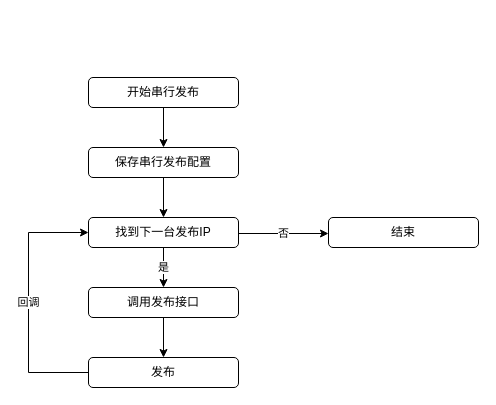
Above: 曹操/原有串行发布逻辑.drawio in Makecodeeasy/diagrams (draw.io), before the change. Source tidied: cells renumbered, new cells numbered last; positions are measured from the earlier drawing's top-left corner, leaving out a move shared by most shapes. Both pictures are drawn from the tidied source at 100%, with x=0, y=0 at pixel (28, 77).
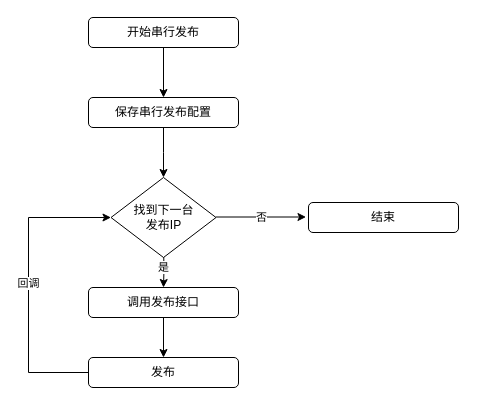
Above is the later version.

Commit message:
更新原有串行发布逻辑.drawio

What changed in the source:
```diff
@@
 <mxGraphModel>
   <root>
     <mxCell id="0" />
     <mxCell id="1" parent="0" />
     <mxCell id="2" style="edgeStyle=orthogonalEdgeStyle;rounded=0;jettySize=auto;html=1;exitX=0.5;exitY=1;exitDx=0;exitDy=0;entryX=0.5;entryY=0;entryDx=0;entryDy=0;" parent="1" edge="1" source="3" target="5">
       <mxGeometry relative="1" as="geometry" />
     </mxCell>
     <mxCell id="3" value="开始串行发布" style="rounded=1;whiteSpace=wrap;html=1;" parent="1" vertex="1">
-      <mxGeometry x="60" width="150" height="30" as="geometry" />
+      <mxGeometry x="60" y="-60" width="150" height="30" as="geometry" />
     </mxCell>
-    <mxCell id="4" style="edgeStyle=orthogonalEdgeStyle;rounded=0;jettySize=auto;html=1;exitX=0.5;exitY=1;exitDx=0;exitDy=0;entryX=0.5;entryY=0;entryDx=0;entryDy=0;" parent="1" edge="1" source="5" target="8">
-      <mxGeometry relative="1" as="geometry" />
+    <mxCell id="4" style="edgeStyle=orthogonalEdgeStyle;rounded=0;jettySize=auto;html=1;exitX=0.5;exitY=1;exitDx=0;exitDy=0;" parent="1" edge="1" source="5">
+      <mxGeometry relative="1" as="geometry">
+        <mxPoint x="135" y="100" as="targetPoint" />
+      </mxGeometry>
     </mxCell>
     <mxCell id="5" value="保存串行发布配置" style="rounded=1;whiteSpace=wrap;html=1;" parent="1" vertex="1">
-      <mxGeometry x="60" y="70" width="150" height="30" as="geometry" />
+      <mxGeometry x="60" y="20" width="150" height="30" as="geometry" />
     </mxCell>
-    <mxCell id="6" value="是" style="edgeStyle=orthogonalEdgeStyle;rounded=0;jettySize=auto;html=1;exitX=0.5;exitY=1;exitDx=0;exitDy=0;entryX=0.5;entryY=0;entryDx=0;entryDy=0;" parent="1" edge="1" source="8" target="10">
-      <mxGeometry relative="1" as="geometry" />
+    <mxCell id="6" value="是" style="edgeStyle=orthogonalEdgeStyle;rounded=0;jettySize=auto;html=1;exitX=0.5;exitY=1;exitDx=0;exitDy=0;entryX=0.5;entryY=0;entryDx=0;entryDy=0;" parent="1" edge="1" target="10">
+      <mxGeometry relative="1" as="geometry">
+        <mxPoint x="135" y="170" as="sourcePoint" />
+      </mxGeometry>
     </mxCell>
     <mxCell id="7" value="否" style="edgeStyle=orthogonalEdgeStyle;rounded=0;orthogonalLoop=1;jettySize=auto;html=1;exitX=1;exitY=0.5;exitDx=0;exitDy=0;" parent="1" edge="1">
       <mxGeometry relative="1" as="geometry">
-        <mxPoint x="210" y="156" as="sourcePoint" />
-        <mxPoint x="300" y="156" as="targetPoint" />
+        <mxPoint x="187.5" y="139.5" as="sourcePoint" />
+        <mxPoint x="277.5" y="139.5" as="targetPoint" />
         <Array as="points">
-          <mxPoint x="250" y="156" />
-          <mxPoint x="250" y="156" />
+          <mxPoint x="227.5" y="139.5" />
+          <mxPoint x="227.5" y="139.5" />
         </Array>
       </mxGeometry>
     </mxCell>
-    <mxCell id="8" value="找到下一台发布IP" style="rounded=1;whiteSpace=wrap;html=1;" parent="1" vertex="1">
-      <mxGeometry x="60" y="140" width="150" height="30" as="geometry" />
-    </mxCell>
     <mxCell id="9" style="edgeStyle=orthogonalEdgeStyle;rounded=0;jettySize=auto;html=1;exitX=0.5;exitY=1;exitDx=0;exitDy=0;entryX=0.5;entryY=0;entryDx=0;entryDy=0;" parent="1" edge="1" source="10" target="12">
       <mxGeometry relative="1" as="geometry" />
     </mxCell>
     <mxCell id="10" value="调用发布接口" style="rounded=1;whiteSpace=wrap;html=1;" parent="1" vertex="1">
       <mxGeometry x="60" y="210" width="150" height="30" as="geometry" />
     </mxCell>
-    <mxCell id="11" value="回调" style="edgeStyle=orthogonalEdgeStyle;rounded=0;jettySize=auto;html=1;exitX=0;exitY=0.5;exitDx=0;exitDy=0;entryX=0;entryY=0.5;entryDx=0;entryDy=0;" parent="1" edge="1" source="12" target="8">
+    <mxCell id="11" value="回调" style="edgeStyle=orthogonalEdgeStyle;rounded=0;jettySize=auto;html=1;exitX=0;exitY=0.5;exitDx=0;exitDy=0;entryX=0;entryY=0.5;entryDx=0;entryDy=0;" parent="1" edge="1" source="12" target="14">
       <mxGeometry relative="1" as="geometry">
         <Array as="points">
           <mxPoint y="295" />
-          <mxPoint y="155" />
+          <mxPoint y="140" />
         </Array>
       </mxGeometry>
     </mxCell>
     <mxCell id="12" value="发布" style="rounded=1;whiteSpace=wrap;html=1;" parent="1" vertex="1">
       <mxGeometry x="60" y="280" width="150" height="30" as="geometry" />
     </mxCell>
     <mxCell id="13" value="结束" style="rounded=1;whiteSpace=wrap;html=1;" parent="1" vertex="1">
-      <mxGeometry x="300" y="140" width="150" height="30" as="geometry" />
+      <mxGeometry x="280" y="125" width="150" height="30" as="geometry" />
     </mxCell>
+    <mxCell id="14" value="找到下一台&lt;br&gt;发布IP" style="rhombus;whiteSpace=wrap;html=1;" parent="1" vertex="1">
+      <mxGeometry x="82.5" y="100" width="105" height="80" as="geometry" />
+    </mxCell>
   </root>
 </mxGraphModel>
```
